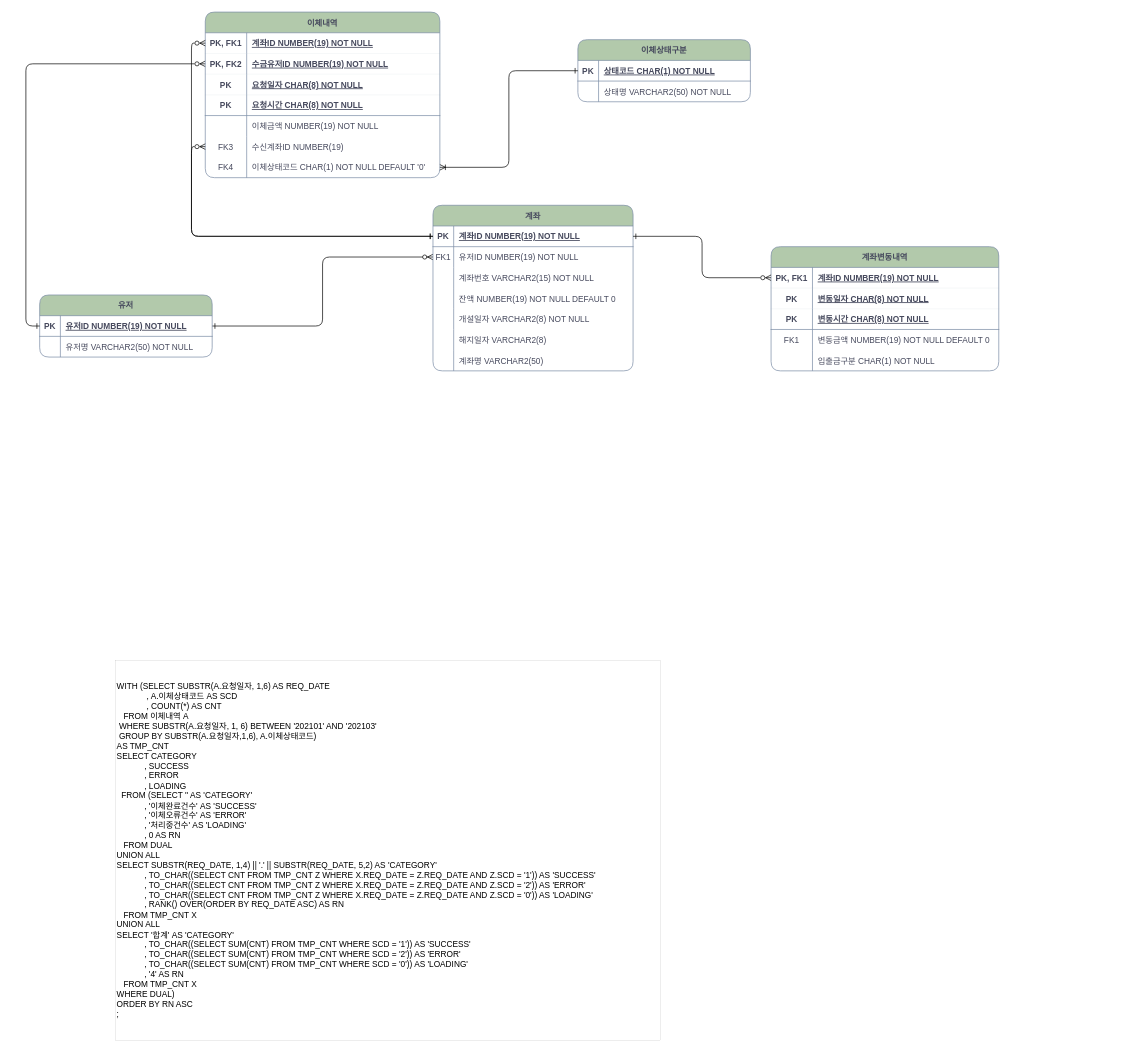
Before: 제목 없는 다이어그램.drawio in GangBean/HelloWorld, a draw.io diagram. Source tidied: cells renumbered, new cells numbered last; positions are measured from the earlier drawing's top-left corner, leaving out a move shared by most shapes. Both pictures are drawn from the tidied source at 69%, with x=0, y=0 at pixel (39, 12).
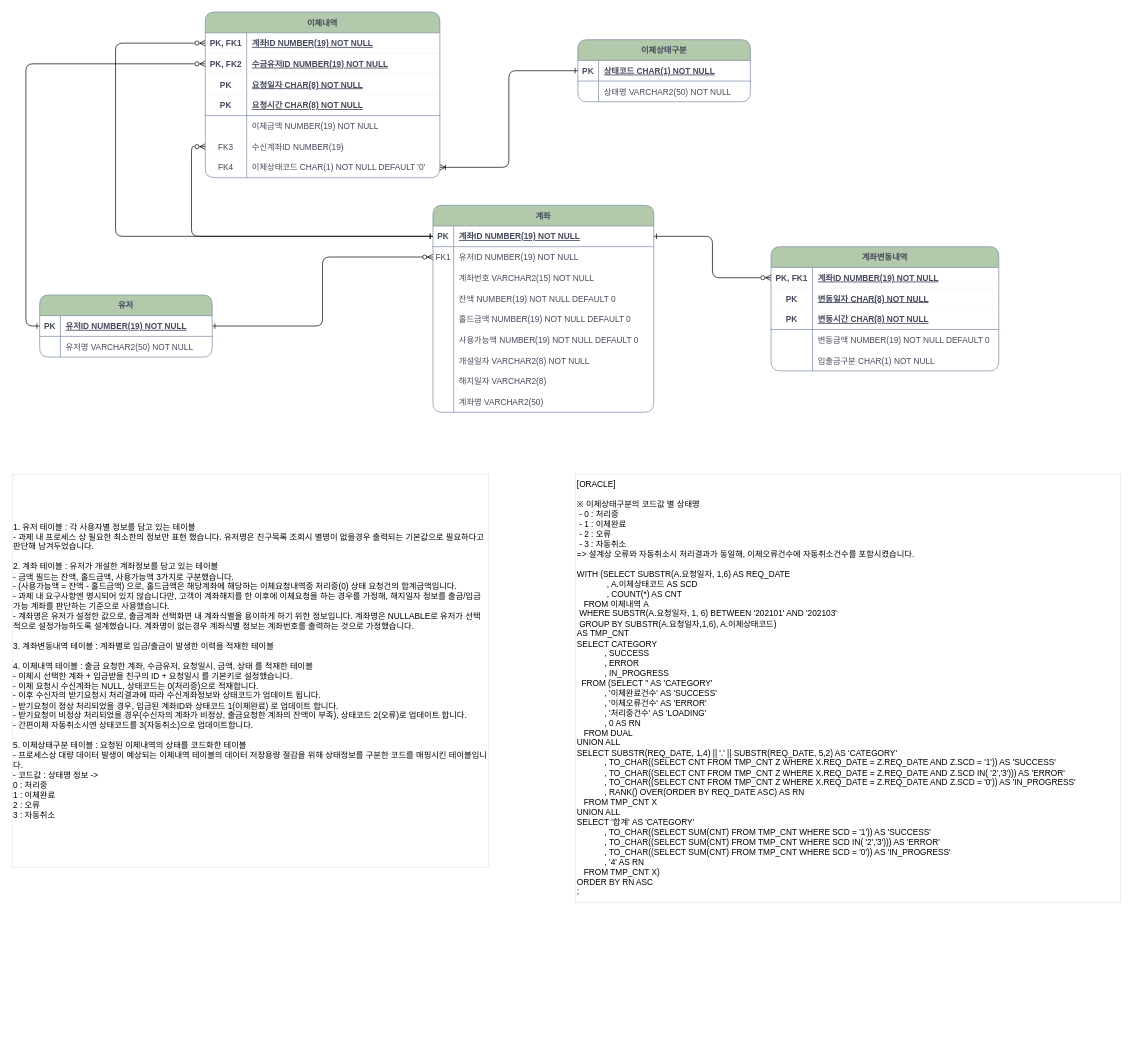
The same diagram, later.

Commit message:
제목 없는 다이어그램.drawio 업데이트

The change refers to these unchanged cells:
```xml
<mxCell id="35" style="shape=partialRectangle;fillColor=none;points=[[0,0.5],[1,0.5]];portConstraint=eastwest;top=0;left=0;right=0;bottom=1;strokeColor=#788AA3;fontColor=#46495D;rounded=1;strokeWidth=0;" parent="34" vertex="1">
  <mxGeometry y="30" width="340" height="30" as="geometry" />
</mxCell>
<mxCell id="66" style="shape=partialRectangle;fillColor=none;top=0;left=0;right=0;bottom=0;strokeColor=#788AA3;fontColor=#46495D;rounded=1;" parent="56" vertex="1">
  <mxGeometry y="120" width="330" height="30" as="geometry" />
</mxCell>
```

The edit, as a diff of the source:
```diff
@@
     <mxCell id="4" value="계좌" style="shape=table;startSize=30;childLayout=tableLayout;rowLines=0;fontStyle=1;align=center;fillColor=#B2C9AB;strokeColor=#788AA3;fontColor=#46495D;rounded=1;" parent="1" vertex="1">
-      <mxGeometry x="570" y="280" width="290" height="240" as="geometry" />
+      <mxGeometry x="570" y="280" width="320" height="300" as="geometry" />
     </mxCell>
     <mxCell id="5" style="shape=partialRectangle;fillColor=none;points=[[0,0.5],[1,0.5]];portConstraint=eastwest;top=0;left=0;right=0;bottom=1;strokeColor=#788AA3;fontColor=#46495D;rounded=1;" parent="4" vertex="1">
-      <mxGeometry y="30" width="290" height="30" as="geometry" />
+      <mxGeometry y="30" width="320" height="30" as="geometry" />
     </mxCell>
@@
     <mxCell id="7" value="계좌ID NUMBER(19) NOT NULL " style="shape=partialRectangle;overflow=hidden;fillColor=none;top=0;left=0;bottom=0;right=0;align=left;spacingLeft=6;fontStyle=5;strokeColor=#788AA3;fontColor=#46495D;rounded=1;" parent="5" vertex="1">
-      <mxGeometry x="30" width="260" height="30" as="geometry" />
+      <mxGeometry x="30" width="290" height="30" as="geometry" />
     </mxCell>
     <mxCell id="8" style="shape=partialRectangle;fillColor=none;points=[[0,0.5],[1,0.5]];portConstraint=eastwest;top=0;left=0;right=0;bottom=0;strokeColor=#788AA3;fontColor=#46495D;rounded=1;" parent="4" vertex="1">
-      <mxGeometry y="60" width="290" height="30" as="geometry" />
+      <mxGeometry y="60" width="320" height="30" as="geometry" />
     </mxCell>
@@
     <mxCell id="10" value="유저ID NUMBER(19) NOT NULL" style="shape=partialRectangle;overflow=hidden;fillColor=none;top=0;left=0;bottom=0;right=0;align=left;spacingLeft=6;strokeColor=#788AA3;fontColor=#46495D;rounded=1;" parent="8" vertex="1">
-      <mxGeometry x="30" width="260" height="30" as="geometry" />
+      <mxGeometry x="30" width="290" height="30" as="geometry" />
     </mxCell>
     <mxCell id="11" style="shape=partialRectangle;fillColor=none;top=0;left=0;right=0;bottom=0;strokeColor=#788AA3;fontColor=#46495D;rounded=1;" parent="4" vertex="1">
-      <mxGeometry y="90" width="290" height="30" as="geometry" />
+      <mxGeometry y="90" width="320" height="30" as="geometry" />
     </mxCell>
@@
     <mxCell id="13" value="계좌번호 VARCHAR2(15) NOT NULL" style="shape=partialRectangle;overflow=hidden;fillColor=none;top=0;left=0;bottom=0;right=0;align=left;spacingLeft=6;strokeColor=#788AA3;fontColor=#46495D;rounded=1;" parent="11" vertex="1">
-      <mxGeometry x="30" width="260" height="30" as="geometry" />
+      <mxGeometry x="30" width="290" height="30" as="geometry" />
     </mxCell>
     <mxCell id="14" style="shape=partialRectangle;fillColor=none;top=0;left=0;right=0;bottom=0;strokeColor=#788AA3;fontColor=#46495D;rounded=1;" parent="4" vertex="1">
-      <mxGeometry y="120" width="290" height="30" as="geometry" />
+      <mxGeometry y="120" width="320" height="30" as="geometry" />
     </mxCell>
@@
     <mxCell id="16" value="잔액 NUMBER(19) NOT NULL DEFAULT 0" style="shape=partialRectangle;overflow=hidden;fillColor=none;top=0;left=0;bottom=0;right=0;align=left;spacingLeft=6;strokeColor=#788AA3;fontColor=#46495D;rounded=1;" parent="14" vertex="1">
-      <mxGeometry x="30" width="260" height="30" as="geometry" />
+      <mxGeometry x="30" width="290" height="30" as="geometry" />
     </mxCell>
+    <mxCell id="86" style="shape=partialRectangle;fillColor=none;top=0;left=0;right=0;bottom=0;strokeColor=#788AA3;fontColor=#46495D;rounded=1;" parent="4" vertex="1">
+      <mxGeometry y="150" width="320" height="30" as="geometry" />
+    </mxCell>
+    <mxCell id="87" style="shape=partialRectangle;overflow=hidden;fillColor=none;top=0;left=0;bottom=0;right=0;strokeColor=#788AA3;fontColor=#46495D;rounded=1;" parent="86" vertex="1">
+      <mxGeometry width="30" height="30" as="geometry" />
+    </mxCell>
+    <mxCell id="88" value="홀드금액 NUMBER(19) NOT NULL DEFAULT 0" style="shape=partialRectangle;overflow=hidden;fillColor=none;top=0;left=0;bottom=0;right=0;align=left;spacingLeft=6;strokeColor=#788AA3;fontColor=#46495D;rounded=1;" parent="86" vertex="1">
+      <mxGeometry x="30" width="290" height="30" as="geometry" />
+    </mxCell>
+    <mxCell id="89" style="shape=partialRectangle;fillColor=none;top=0;left=0;right=0;bottom=0;strokeColor=#788AA3;fontColor=#46495D;rounded=1;" parent="4" vertex="1">
+      <mxGeometry y="180" width="320" height="30" as="geometry" />
+    </mxCell>
+    <mxCell id="90" style="shape=partialRectangle;overflow=hidden;fillColor=none;top=0;left=0;bottom=0;right=0;strokeColor=#788AA3;fontColor=#46495D;rounded=1;" parent="89" vertex="1">
+      <mxGeometry width="30" height="30" as="geometry" />
+    </mxCell>
+    <mxCell id="91" value="사용가능액 NUMBER(19) NOT NULL DEFAULT 0" style="shape=partialRectangle;overflow=hidden;fillColor=none;top=0;left=0;bottom=0;right=0;align=left;spacingLeft=6;strokeColor=#788AA3;fontColor=#46495D;rounded=1;" parent="89" vertex="1">
+      <mxGeometry x="30" width="290" height="30" as="geometry" />
+    </mxCell>
     <mxCell id="17" style="shape=partialRectangle;fillColor=none;top=0;left=0;right=0;bottom=0;strokeColor=#788AA3;fontColor=#46495D;rounded=1;" parent="4" vertex="1">
-      <mxGeometry y="150" width="290" height="30" as="geometry" />
+      <mxGeometry y="210" width="320" height="30" as="geometry" />
     </mxCell>
@@
     <mxCell id="19" value="개설일자 VARCHAR2(8) NOT NULL" style="shape=partialRectangle;overflow=hidden;fillColor=none;top=0;left=0;bottom=0;right=0;align=left;spacingLeft=6;strokeColor=#788AA3;fontColor=#46495D;rounded=1;" parent="17" vertex="1">
-      <mxGeometry x="30" width="260" height="30" as="geometry" />
+      <mxGeometry x="30" width="290" height="30" as="geometry" />
     </mxCell>
     <mxCell id="20" style="shape=partialRectangle;fillColor=none;top=0;left=0;right=0;bottom=0;strokeColor=#788AA3;fontColor=#46495D;rounded=1;" parent="4" vertex="1">
-      <mxGeometry y="180" width="290" height="30" as="geometry" />
+      <mxGeometry y="240" width="320" height="30" as="geometry" />
     </mxCell>
@@
     <mxCell id="22" value="해지일자 VARCHAR2(8)" style="shape=partialRectangle;overflow=hidden;fillColor=none;top=0;left=0;bottom=0;right=0;align=left;spacingLeft=6;strokeColor=#788AA3;fontColor=#46495D;rounded=1;" parent="20" vertex="1">
-      <mxGeometry x="30" width="260" height="30" as="geometry" />
+      <mxGeometry x="30" width="290" height="30" as="geometry" />
     </mxCell>
     <mxCell id="23" style="shape=partialRectangle;fillColor=none;top=0;left=0;right=0;bottom=0;strokeColor=#788AA3;fontColor=#46495D;rounded=1;" parent="4" vertex="1">
-      <mxGeometry y="210" width="290" height="30" as="geometry" />
+      <mxGeometry y="270" width="320" height="30" as="geometry" />
     </mxCell>
@@
     <mxCell id="25" value="계좌명 VARCHAR2(50)" style="shape=partialRectangle;overflow=hidden;fillColor=none;top=0;left=0;bottom=0;right=0;align=left;spacingLeft=6;strokeColor=#788AA3;fontColor=#46495D;rounded=1;" parent="23" vertex="1">
-      <mxGeometry x="30" width="260" height="30" as="geometry" />
+      <mxGeometry x="30" width="290" height="30" as="geometry" />
     </mxCell>
@@
-    <mxCell id="67" value="FK1" style="shape=partialRectangle;overflow=hidden;fillColor=none;top=0;left=0;bottom=0;right=0;strokeColor=#788AA3;fontColor=#46495D;rounded=1;" parent="66" vertex="1">
+    <mxCell id="67" style="shape=partialRectangle;overflow=hidden;fillColor=none;top=0;left=0;bottom=0;right=0;strokeColor=#788AA3;fontColor=#46495D;rounded=1;" parent="66" vertex="1">
       <mxGeometry width="60" height="30" as="geometry" />
     </mxCell>
@@
     <mxCell id="73" style="edgeStyle=orthogonalEdgeStyle;rounded=1;jettySize=auto;html=1;exitX=0;exitY=0.5;exitDx=0;exitDy=0;entryX=0;entryY=0.5;entryDx=0;entryDy=0;strokeColor=#000000;fontSize=12;startArrow=ERone;startFill=0;endArrow=ERzeroToMany;endFill=0;" parent="1" edge="1" source="5" target="35">
-      <mxGeometry relative="1" as="geometry" />
+      <mxGeometry relative="1" as="geometry">
+        <Array as="points">
+          <mxPoint x="110" y="325" />
+          <mxPoint x="110" y="45" />
+        </Array>
+      </mxGeometry>
     </mxCell>
@@
-    <mxCell id="85" value="WITH (SELECT SUBSTR(A.요청일자, 1,6) AS REQ_DATE&lt;br&gt;&amp;nbsp; &amp;nbsp; &amp;nbsp; &amp;nbsp; &amp;nbsp; &amp;nbsp; &amp;nbsp;, A.이체상태코드 AS SCD&lt;br&gt;&amp;nbsp; &amp;nbsp; &amp;nbsp; &amp;nbsp; &amp;nbsp; &amp;nbsp; &amp;nbsp;, COUNT(*) AS CNT&lt;br&gt;&lt;div style=&quot;&quot;&gt;&lt;span style=&quot;background-color: initial;&quot;&gt;&amp;nbsp; &amp;nbsp;FROM 이체내역 A&lt;/span&gt;&lt;/div&gt;&lt;div style=&quot;&quot;&gt;&lt;span style=&quot;background-color: initial;&quot;&gt;&amp;nbsp;WHERE SUBSTR(A.요청일자, 1, 6) BETWEEN '202101' AND '202103'&lt;/span&gt;&lt;/div&gt;&lt;div style=&quot;&quot;&gt;&lt;span style=&quot;background-color: initial;&quot;&gt;&amp;nbsp;GROUP BY SUBSTR(A.요청일자,1,6), A.이체상태코드)&lt;/span&gt;&lt;/div&gt;&lt;div style=&quot;&quot;&gt;&lt;span style=&quot;background-color: initial;&quot;&gt;AS TMP_CNT&lt;/span&gt;&lt;/div&gt;&lt;div style=&quot;&quot;&gt;&lt;span style=&quot;background-color: initial;&quot;&gt;SELECT CATEGORY&lt;/span&gt;&lt;/div&gt;&lt;div style=&quot;&quot;&gt;&lt;span style=&quot;background-color: initial;&quot;&gt;&amp;nbsp; &amp;nbsp; &amp;nbsp; &amp;nbsp; &amp;nbsp; &amp;nbsp; , SUCCESS&lt;/span&gt;&lt;/div&gt;&lt;div style=&quot;&quot;&gt;&lt;span style=&quot;background-color: initial;&quot;&gt;&amp;nbsp; &amp;nbsp; &amp;nbsp; &amp;nbsp; &amp;nbsp; &amp;nbsp; , ERROR&lt;/span&gt;&lt;/div&gt;&lt;div style=&quot;&quot;&gt;&lt;span style=&quot;background-color: initial;&quot;&gt;&amp;nbsp; &amp;nbsp; &amp;nbsp; &amp;nbsp; &amp;nbsp; &amp;nbsp; , LOADING&amp;nbsp;&lt;/span&gt;&lt;/div&gt;&lt;div style=&quot;&quot;&gt;&lt;span style=&quot;background-color: initial;&quot;&gt;&amp;nbsp; FROM (SELECT '' AS 'CATEGORY'&lt;/span&gt;&lt;/div&gt;&lt;div style=&quot;&quot;&gt;&lt;span style=&quot;background-color: initial;&quot;&gt;&amp;nbsp; &amp;nbsp; &amp;nbsp; &amp;nbsp; &amp;nbsp; &amp;nbsp; , '이체완료건수' AS 'SUCCESS'&lt;/span&gt;&lt;/div&gt;&lt;div style=&quot;&quot;&gt;&lt;span style=&quot;background-color: initial;&quot;&gt;&amp;nbsp; &amp;nbsp; &amp;nbsp; &amp;nbsp; &amp;nbsp; &amp;nbsp; , '이체오류건수' AS 'ERROR'&lt;/span&gt;&lt;/div&gt;&lt;div style=&quot;&quot;&gt;&lt;span style=&quot;background-color: initial;&quot;&gt;&amp;nbsp; &amp;nbsp; &amp;nbsp; &amp;nbsp; &amp;nbsp; &amp;nbsp; , '처리중건수' AS 'LOADING'&lt;/span&gt;&lt;/div&gt;&lt;div style=&quot;&quot;&gt;&lt;span style=&quot;background-color: initial;&quot;&gt;&amp;nbsp; &amp;nbsp; &amp;nbsp; &amp;nbsp; &amp;nbsp; &amp;nbsp; , 0 AS RN&lt;/span&gt;&lt;/div&gt;&lt;div style=&quot;&quot;&gt;&amp;nbsp; &amp;nbsp;FROM DUAL&lt;/div&gt;&lt;div style=&quot;&quot;&gt;UNION ALL&lt;/div&gt;&lt;div style=&quot;&quot;&gt;&lt;span style=&quot;background-color: initial;&quot;&gt;SELECT SUBSTR(REQ_DATE, 1,4) || '.' || SUBSTR(REQ_DATE, 5,2) AS 'CATEGORY'&lt;/span&gt;&lt;/div&gt;&lt;div style=&quot;&quot;&gt;&lt;span style=&quot;background-color: initial;&quot;&gt;&amp;nbsp; &amp;nbsp; &amp;nbsp; &amp;nbsp; &amp;nbsp; &amp;nbsp; , TO_CHAR((SELECT CNT FROM TMP_CNT Z WHERE X.REQ_DATE = Z.REQ_DATE AND Z.SCD = '1')) AS 'SUCCESS'&lt;/span&gt;&lt;/div&gt;&lt;div style=&quot;&quot;&gt;&amp;nbsp; &amp;nbsp; &amp;nbsp; &amp;nbsp; &amp;nbsp; &amp;nbsp; , TO_CHAR((SELECT CNT FROM TMP_CNT Z WHERE X.REQ_DATE = Z.REQ_DATE AND Z.SCD = '2')) AS 'ERROR'&lt;span style=&quot;background-color: initial;&quot;&gt;&lt;br&gt;&lt;/span&gt;&lt;/div&gt;&lt;div style=&quot;&quot;&gt;&amp;nbsp; &amp;nbsp; &amp;nbsp; &amp;nbsp; &amp;nbsp; &amp;nbsp; , TO_CHAR((SELECT CNT FROM TMP_CNT Z WHERE X.REQ_DATE = Z.REQ_DATE AND Z.SCD = '0')) AS 'LOADING'&lt;br&gt;&lt;/div&gt;&lt;div style=&quot;&quot;&gt;&amp;nbsp; &amp;nbsp; &amp;nbsp; &amp;nbsp; &amp;nbsp; &amp;nbsp; , RANK() OVER(ORDER BY REQ_DATE ASC) AS RN&lt;/div&gt;&lt;div style=&quot;&quot;&gt;&lt;span style=&quot;background-color: initial;&quot;&gt;&amp;nbsp; &amp;nbsp;FROM TMP_CNT X&lt;/span&gt;&lt;/div&gt;&lt;div style=&quot;&quot;&gt;&lt;span style=&quot;background-color: initial;&quot;&gt;UNION ALL&lt;/span&gt;&lt;br&gt;&lt;/div&gt;&lt;div style=&quot;&quot;&gt;&lt;span style=&quot;background-color: initial;&quot;&gt;SELECT '합계' AS 'CATEGORY'&lt;/span&gt;&lt;/div&gt;&lt;div style=&quot;&quot;&gt;&lt;span style=&quot;background-color: initial;&quot;&gt;&amp;nbsp; &amp;nbsp; &amp;nbsp; &amp;nbsp; &amp;nbsp; &amp;nbsp; , TO_CHAR((SELECT SUM(CNT) FROM TMP_CNT WHERE SCD = '1')) AS 'SUCCESS'&lt;/span&gt;&lt;/div&gt;&lt;div style=&quot;&quot;&gt;&lt;span style=&quot;background-color: initial;&quot;&gt;&amp;nbsp; &amp;nbsp; &amp;nbsp; &amp;nbsp; &amp;nbsp; &amp;nbsp; , TO_CHAR((SELECT SUM(CNT) FROM TMP_CNT WHERE SCD = '2')) AS 'ERROR'&lt;/span&gt;&lt;/div&gt;&lt;div style=&quot;&quot;&gt;&lt;span style=&quot;background-color: initial;&quot;&gt;&amp;nbsp; &amp;nbsp; &amp;nbsp; &amp;nbsp; &amp;nbsp; &amp;nbsp; , TO_CHAR((SELECT SUM(CNT) FROM TMP_CNT WHERE SCD = '0')) AS 'LOADING'&lt;/span&gt;&lt;/div&gt;&lt;div style=&quot;&quot;&gt;&lt;span style=&quot;background-color: initial;&quot;&gt;&amp;nbsp; &amp;nbsp; &amp;nbsp; &amp;nbsp; &amp;nbsp; &amp;nbsp; , '4' AS RN&lt;/span&gt;&lt;/div&gt;&lt;div style=&quot;&quot;&gt;&lt;span style=&quot;background-color: initial;&quot;&gt;&amp;nbsp; &amp;nbsp;FROM TMP_CNT X&lt;/span&gt;&lt;/div&gt;&lt;div style=&quot;&quot;&gt;WHERE DUAL)&amp;nbsp;&lt;/div&gt;&lt;div style=&quot;&quot;&gt;ORDER BY RN ASC&lt;/div&gt;&lt;div style=&quot;&quot;&gt;;&lt;/div&gt;" style="whiteSpace=wrap;html=1;strokeWidth=0;align=left;" parent="1" vertex="1">
-      <mxGeometry x="110" y="940" width="790" height="550" as="geometry" />
+    <mxCell id="85" value="[ORACLE]&lt;br&gt;&lt;br&gt;※ 이체상태구분의 코드값 별 상태명&lt;br&gt;&amp;nbsp;- 0 : 처리중&lt;br&gt;&amp;nbsp;- 1 : 이체완료&lt;br&gt;&amp;nbsp;- 2 : 오류&lt;br&gt;&amp;nbsp;- 3 : 자동취소&lt;br&gt;=&amp;gt; 설계상 오류와 자동취소시 처리결과가 동일해, 이체오류건수에 자동취소건수를 포함시켰습니다.&lt;br&gt;&lt;br&gt;WITH (SELECT SUBSTR(A.요청일자, 1,6) AS REQ_DATE&lt;br&gt;&amp;nbsp; &amp;nbsp; &amp;nbsp; &amp;nbsp; &amp;nbsp; &amp;nbsp; &amp;nbsp;, A.이체상태코드 AS SCD&lt;br&gt;&amp;nbsp; &amp;nbsp; &amp;nbsp; &amp;nbsp; &amp;nbsp; &amp;nbsp; &amp;nbsp;, COUNT(*) AS CNT&lt;br&gt;&lt;div style=&quot;&quot;&gt;&lt;span style=&quot;background-color: initial;&quot;&gt;&amp;nbsp; &amp;nbsp;FROM 이체내역 A&lt;/span&gt;&lt;/div&gt;&lt;div style=&quot;&quot;&gt;&lt;span style=&quot;background-color: initial;&quot;&gt;&amp;nbsp;WHERE SUBSTR(A.요청일자, 1, 6) BETWEEN '202101' AND '202103'&lt;/span&gt;&lt;/div&gt;&lt;div style=&quot;&quot;&gt;&lt;span style=&quot;background-color: initial;&quot;&gt;&amp;nbsp;GROUP BY SUBSTR(A.요청일자,1,6), A.이체상태코드)&lt;/span&gt;&lt;/div&gt;&lt;div style=&quot;&quot;&gt;&lt;span style=&quot;background-color: initial;&quot;&gt;AS TMP_CNT&lt;/span&gt;&lt;/div&gt;&lt;div style=&quot;&quot;&gt;&lt;span style=&quot;background-color: initial;&quot;&gt;SELECT CATEGORY&lt;/span&gt;&lt;/div&gt;&lt;div style=&quot;&quot;&gt;&lt;span style=&quot;background-color: initial;&quot;&gt;&amp;nbsp; &amp;nbsp; &amp;nbsp; &amp;nbsp; &amp;nbsp; &amp;nbsp; , SUCCESS&lt;/span&gt;&lt;/div&gt;&lt;div style=&quot;&quot;&gt;&lt;span style=&quot;background-color: initial;&quot;&gt;&amp;nbsp; &amp;nbsp; &amp;nbsp; &amp;nbsp; &amp;nbsp; &amp;nbsp; , ERROR&lt;/span&gt;&lt;/div&gt;&lt;div style=&quot;&quot;&gt;&lt;span style=&quot;background-color: initial;&quot;&gt;&amp;nbsp; &amp;nbsp; &amp;nbsp; &amp;nbsp; &amp;nbsp; &amp;nbsp; , IN_PROGRESS&lt;/span&gt;&lt;/div&gt;&lt;div style=&quot;&quot;&gt;&lt;span style=&quot;background-color: initial;&quot;&gt;&amp;nbsp; FROM (SELECT '' AS 'CATEGORY'&lt;/span&gt;&lt;/div&gt;&lt;div style=&quot;&quot;&gt;&lt;span style=&quot;background-color: initial;&quot;&gt;&amp;nbsp; &amp;nbsp; &amp;nbsp; &amp;nbsp; &amp;nbsp; &amp;nbsp; , '이체완료건수' AS 'SUCCESS'&lt;/span&gt;&lt;/div&gt;&lt;div style=&quot;&quot;&gt;&lt;span style=&quot;background-color: initial;&quot;&gt;&amp;nbsp; &amp;nbsp; &amp;nbsp; &amp;nbsp; &amp;nbsp; &amp;nbsp; , '이체오류건수' AS 'ERROR'&lt;/span&gt;&lt;/div&gt;&lt;div style=&quot;&quot;&gt;&lt;span style=&quot;background-color: initial;&quot;&gt;&amp;nbsp; &amp;nbsp; &amp;nbsp; &amp;nbsp; &amp;nbsp; &amp;nbsp; , '처리중건수' AS 'LOADING'&lt;/span&gt;&lt;/div&gt;&lt;div style=&quot;&quot;&gt;&lt;span style=&quot;background-color: initial;&quot;&gt;&amp;nbsp; &amp;nbsp; &amp;nbsp; &amp;nbsp; &amp;nbsp; &amp;nbsp; , 0 AS RN&lt;/span&gt;&lt;/div&gt;&lt;div style=&quot;&quot;&gt;&amp;nbsp; &amp;nbsp;FROM DUAL&lt;/div&gt;&lt;div style=&quot;&quot;&gt;UNION ALL&lt;/div&gt;&lt;div style=&quot;&quot;&gt;&lt;span style=&quot;background-color: initial;&quot;&gt;SELECT SUBSTR(REQ_DATE, 1,4) || '.' || SUBSTR(REQ_DATE, 5,2) AS 'CATEGORY'&lt;/span&gt;&lt;/div&gt;&lt;div style=&quot;&quot;&gt;&lt;span style=&quot;background-color: initial;&quot;&gt;&amp;nbsp; &amp;nbsp; &amp;nbsp; &amp;nbsp; &amp;nbsp; &amp;nbsp; , TO_CHAR((SELECT CNT FROM TMP_CNT Z WHERE X.REQ_DATE = Z.REQ_DATE AND Z.SCD = '1')) AS 'SUCCESS'&lt;/span&gt;&lt;/div&gt;&lt;div style=&quot;&quot;&gt;&amp;nbsp; &amp;nbsp; &amp;nbsp; &amp;nbsp; &amp;nbsp; &amp;nbsp; , TO_CHAR((SELECT CNT FROM TMP_CNT Z WHERE X.REQ_DATE = Z.REQ_DATE AND Z.SCD IN( '2','3'))) AS 'ERROR'&lt;span style=&quot;background-color: initial;&quot;&gt;&lt;br&gt;&lt;/span&gt;&lt;/div&gt;&lt;div style=&quot;&quot;&gt;&amp;nbsp; &amp;nbsp; &amp;nbsp; &amp;nbsp; &amp;nbsp; &amp;nbsp; , TO_CHAR((SELECT CNT FROM TMP_CNT Z WHERE X.REQ_DATE = Z.REQ_DATE AND Z.SCD = '0')) AS 'IN_PROGRESS'&lt;br&gt;&lt;/div&gt;&lt;div style=&quot;&quot;&gt;&amp;nbsp; &amp;nbsp; &amp;nbsp; &amp;nbsp; &amp;nbsp; &amp;nbsp; , RANK() OVER(ORDER BY REQ_DATE ASC) AS RN&lt;/div&gt;&lt;div style=&quot;&quot;&gt;&lt;span style=&quot;background-color: initial;&quot;&gt;&amp;nbsp; &amp;nbsp;FROM TMP_CNT X&lt;/span&gt;&lt;/div&gt;&lt;div style=&quot;&quot;&gt;&lt;span style=&quot;background-color: initial;&quot;&gt;UNION ALL&lt;/span&gt;&lt;br&gt;&lt;/div&gt;&lt;div style=&quot;&quot;&gt;&lt;span style=&quot;background-color: initial;&quot;&gt;SELECT '합계' AS 'CATEGORY'&lt;/span&gt;&lt;/div&gt;&lt;div style=&quot;&quot;&gt;&lt;span style=&quot;background-color: initial;&quot;&gt;&amp;nbsp; &amp;nbsp; &amp;nbsp; &amp;nbsp; &amp;nbsp; &amp;nbsp; , TO_CHAR((SELECT SUM(CNT) FROM TMP_CNT WHERE SCD = '1')) AS 'SUCCESS'&lt;/span&gt;&lt;/div&gt;&lt;div style=&quot;&quot;&gt;&lt;span style=&quot;background-color: initial;&quot;&gt;&amp;nbsp; &amp;nbsp; &amp;nbsp; &amp;nbsp; &amp;nbsp; &amp;nbsp; , TO_CHAR((SELECT SUM(CNT) FROM TMP_CNT WHERE SCD IN( '2','3'))) AS 'ERROR'&lt;/span&gt;&lt;/div&gt;&lt;div style=&quot;&quot;&gt;&lt;span style=&quot;background-color: initial;&quot;&gt;&amp;nbsp; &amp;nbsp; &amp;nbsp; &amp;nbsp; &amp;nbsp; &amp;nbsp; , TO_CHAR((SELECT SUM(CNT) FROM TMP_CNT WHERE SCD = '0')) AS '&lt;/span&gt;IN_PROGRESS&lt;span style=&quot;background-color: initial;&quot;&gt;'&lt;/span&gt;&lt;/div&gt;&lt;div style=&quot;&quot;&gt;&lt;span style=&quot;background-color: initial;&quot;&gt;&amp;nbsp; &amp;nbsp; &amp;nbsp; &amp;nbsp; &amp;nbsp; &amp;nbsp; , '4' AS RN&lt;/span&gt;&lt;/div&gt;&lt;div style=&quot;&quot;&gt;&lt;span style=&quot;background-color: initial;&quot;&gt;&amp;nbsp; &amp;nbsp;FROM TMP_CNT X&lt;/span&gt;&lt;span style=&quot;background-color: initial;&quot;&gt;)&amp;nbsp;&lt;/span&gt;&lt;/div&gt;&lt;div style=&quot;&quot;&gt;ORDER BY RN ASC&lt;/div&gt;&lt;div style=&quot;&quot;&gt;;&lt;/div&gt;" style="whiteSpace=wrap;html=1;strokeWidth=0;align=left;" parent="1" vertex="1">
+      <mxGeometry x="777" y="670" width="790" height="620" as="geometry" />
     </mxCell>
+    <mxCell id="92" value="1. 유저 테이블 : 각 사용자별 정보를 담고 있는 테이블&lt;br&gt;- 과제 내 프로세스 상 필요한 최소한의 정보만 표현 했습니다. 유저명은 친구목록 조회시 별명이 없을경우 출력되는 기본값으로 필요하다고 판단해 남겨두었습니다.&lt;br&gt;&lt;br&gt;2. 계좌 테이블 : 유저가 개설한 계좌정보를 담고 있는 테이블&lt;br&gt;- 금액 필드는 잔액, 홀드금액, 사용가능액 3가지로 구분했습니다.&lt;br&gt;- (사용가능액 = 잔액 - 홀드금액) 으로, 홀드금액은 해당계좌에 해당하는 이체요청내역중 처리중(0) 상태 요청건의 합계금액입니다.&lt;br&gt;- 과제 내 요구사항엔 명시되어 있지 않습니다만, 고객이 계좌해지를 한 이후에 이체요청을 하는 경우를 가정해, 해지일자 정보를 출금/입금 가능 계좌를 판단하는 기준으로 사용했습니다.&lt;br&gt;- 계좌명은 유저가 설정한 값으로, 출금계좌 선택화면 내 계좌식별을 용이하게 하기 위한 정보입니다. 계좌명은 NULLABLE로 유저가 선택적으로 설정가능하도록 설계했습니다. 계좌명이 없는경우 계좌식별 정보는 계좌번호를 출력하는 것으로 가정했습니다.&lt;br&gt;&lt;br&gt;3. 계좌변동내역 테이블 : 계좌별로 입금/출금이 발생한 이력을 적재한 테이블&lt;br&gt;&lt;br&gt;4. 이체내역 테이블 : 출금 요청한 계좌, 수금유저, 요청일시, 금액, 상태 를 적재한 테이블&lt;br&gt;- 이체시 선택한 계좌 + 입금받을 친구의 ID + 요청일시 를 기본키로 설정했습니다.&lt;br&gt;- 이체 요청시 수신계좌는 NULL, 상태코드는 0(처리중)으로 적재합니다.&lt;br&gt;- 이후 수신자의 받기요청시 처리결과에 따라 수신계좌정보와 상태코드가 업데이트 됩니다.&lt;br&gt;- 받기요청이 정상 처리되었을 경우, 입금된 계좌ID와 상태코드 1(이체완료) 로 업데이트 합니다.&lt;br&gt;- 받기요청이 비정상 처리되었을 경우(수신자의 계좌가 비정상, 출금요청한 계좌의 잔액이 부족), 상태코드 2(오류)로 업데이트 합니다.&lt;br&gt;- 간편이체 자동취소시엔 상태코드를 3(자동취소)으로 업데이트합니다.&lt;br&gt;&lt;br&gt;5. 이체상태구분 테이블 : 요청된 이체내역의 상태를 코드화한 테이블&lt;br&gt;- 프로세스상 대량 데이터 발생이 예상되는 이체내역 테이블의 데이터 저장용량 절감을 위해 상태정보를 구분한 코드를 매핑시킨 테이블입니다.&lt;br&gt;- 코드값 : 상태명 정보 -&amp;gt;&amp;nbsp;&lt;br&gt;&lt;span style=&quot;&quot;&gt; &lt;/span&gt;0 : 처리중&lt;br&gt;&lt;span style=&quot;&quot;&gt; &lt;/span&gt;1 : 이체완료&lt;br&gt;&lt;span style=&quot;&quot;&gt; &lt;/span&gt;2 : 오류&lt;br&gt;&lt;span style=&quot;&quot;&gt; &lt;/span&gt;3 : 자동취소" style="whiteSpace=wrap;html=1;strokeWidth=0;align=left;" parent="1" vertex="1">
+      <mxGeometry x="-40" y="670" width="690" height="570" as="geometry" />
+    </mxCell>
```
